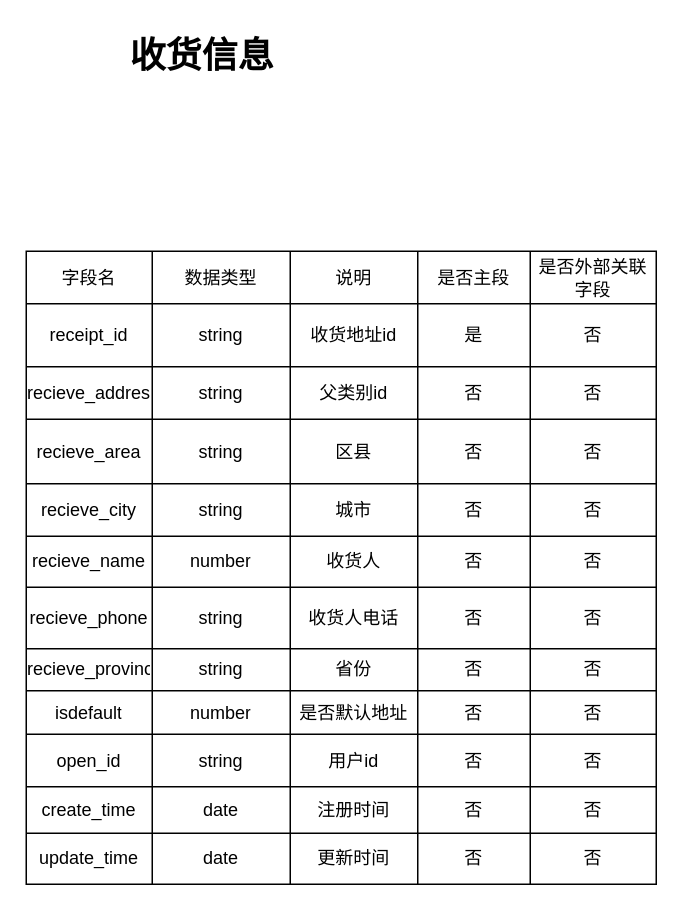
hnistzzm/- keeps this draw.io diagram as page "第 12 页" (12 of 12) of 数据库实体-联系图.drawio. Above is the earlier version. Source tidied: cells renumbered, new cells numbered last; positions are measured from the earlier drawing's top-left corner, leaving out a move shared by most shapes. Both pictures are drawn from the tidied source at 150%, with x=0, y=0 at pixel (26, 26).
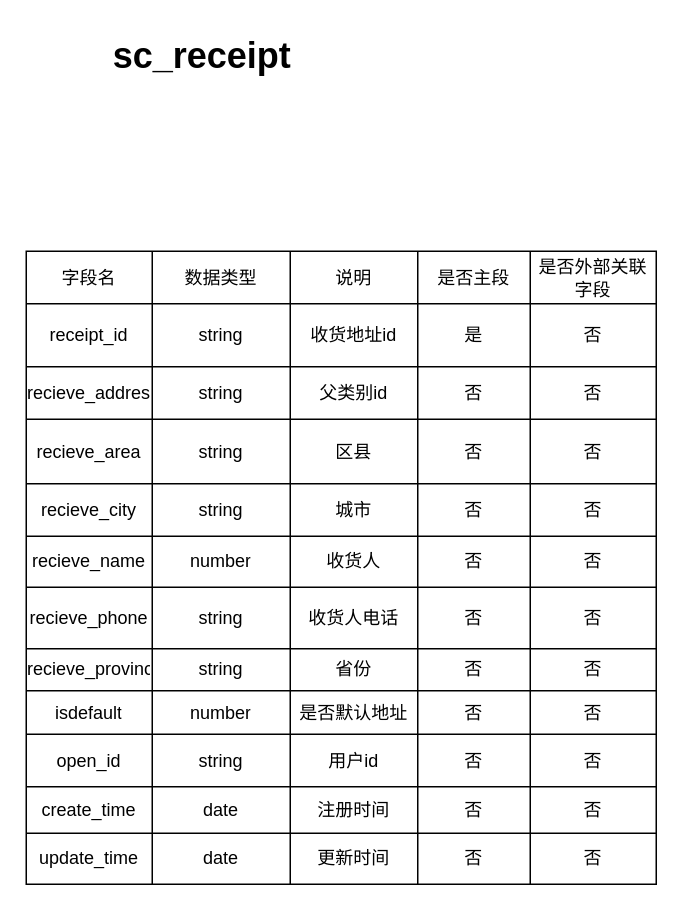
The same page after the edit.

The edit, as a diff of the source:
```diff
@@
-    <mxCell id="2" value="收货信息" style="text;strokeColor=none;fillColor=none;html=1;fontSize=24;fontStyle=1;verticalAlign=middle;align=center;" parent="1" vertex="1">
-      <mxGeometry x="67" width="100" height="40" as="geometry" />
-    </mxCell>
@@
+    <mxCell id="76" value="sc_receipt" style="text;strokeColor=none;fillColor=none;html=1;fontSize=24;fontStyle=1;verticalAlign=middle;align=center;" parent="1" vertex="1">
+      <mxGeometry x="67" width="100" height="40" as="geometry" />
+    </mxCell>
```
